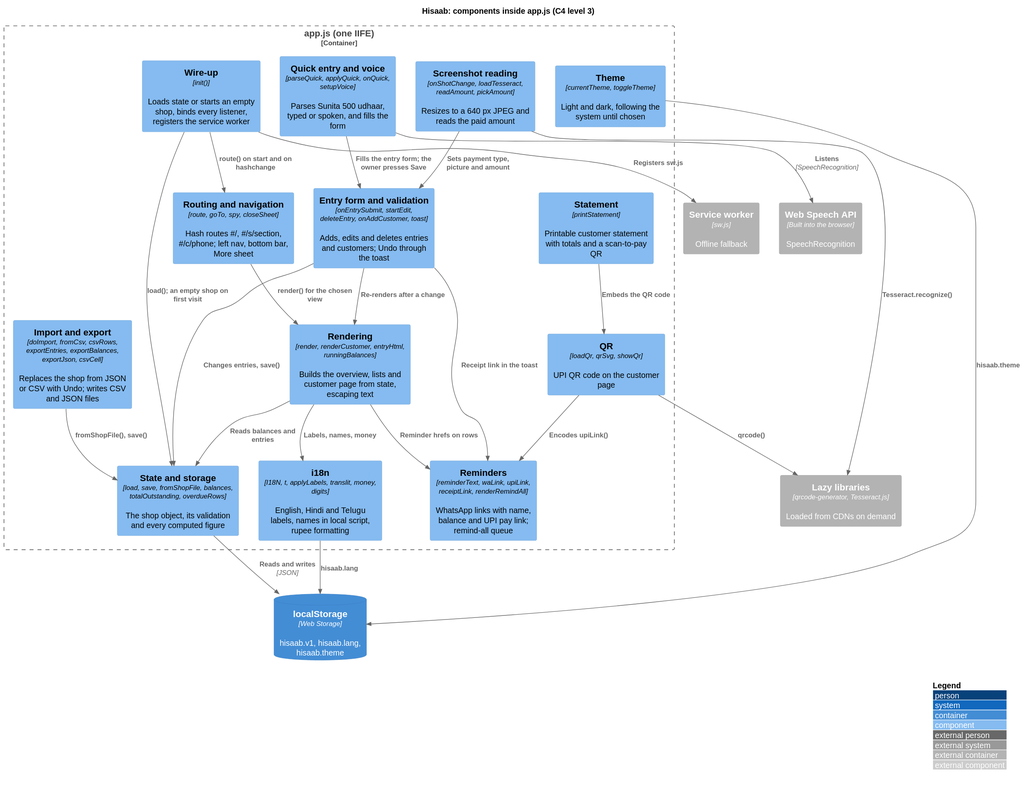
Earlier version of the PlantUML export docs/diagrams/c4-component.svg (karwasanjay007/hisaab-docs).
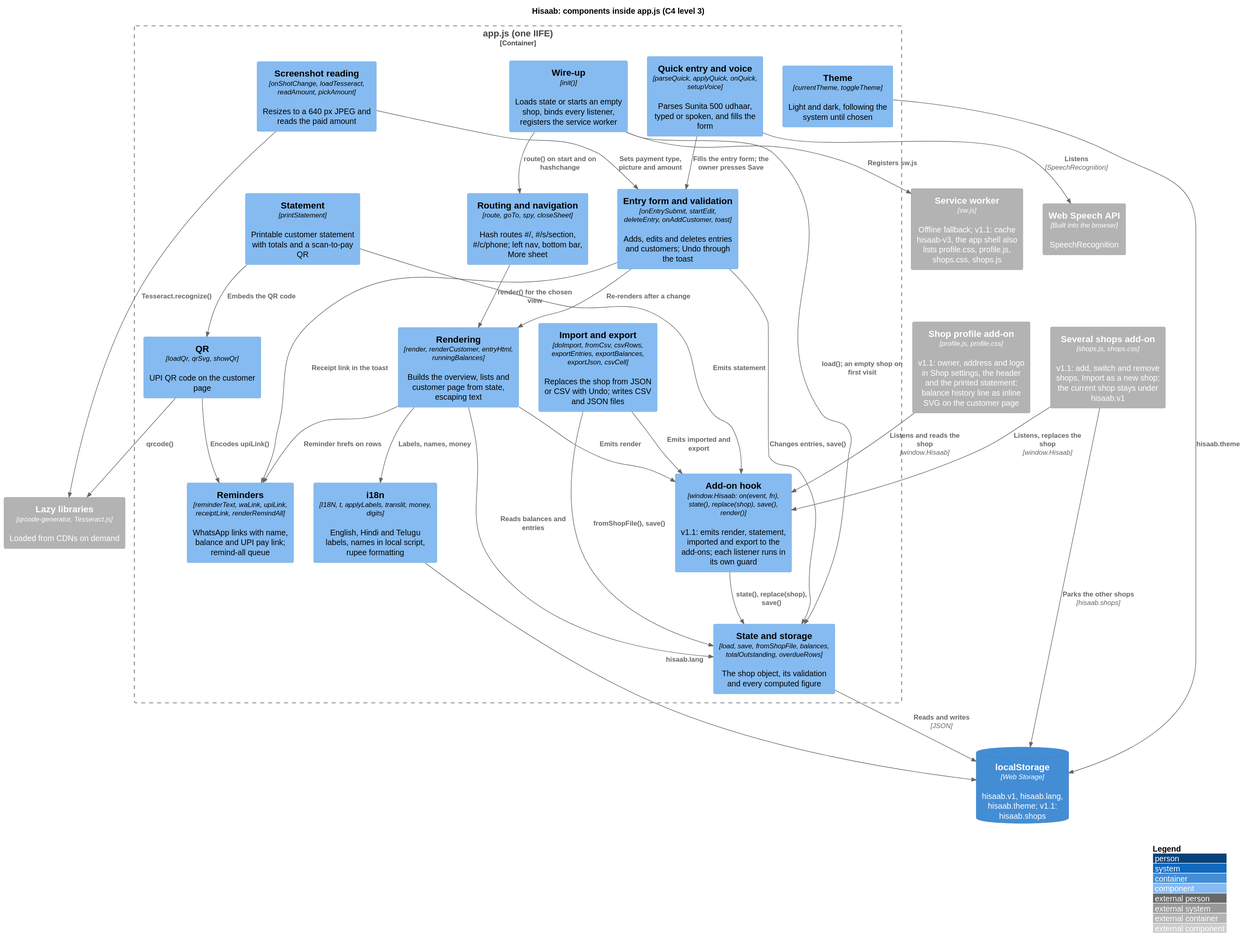
The same file after the commit.

Commit message:
Diagrams for version 1.1.0.0: container, component and deployment show the add-ons, the hook and the second storage key

What changed in the source:
```diff
@@ -2,10 +2,12 @@
 !include <C4/C4_Component>
 title Hisaab: components inside app.js (C4 level 3)
 
-ContainerDb(ls, "localStorage", "Web Storage", "hisaab.v1, hisaab.lang, hisaab.theme")
+ContainerDb(ls, "localStorage", "Web Storage", "hisaab.v1, hisaab.lang, hisaab.theme; v1.1: hisaab.shops")
 Container_Ext(cdnlibs, "Lazy libraries", "qrcode-generator, Tesseract.js", "Loaded from CDNs on demand")
 Container_Ext(speechapi, "Web Speech API", "Built into the browser", "SpeechRecognition")
-Container_Ext(swc, "Service worker", "sw.js", "Offline fallback")
+Container_Ext(swc, "Service worker", "sw.js", "Offline fallback; v1.1: cache hisaab-v3, the app shell also lists profile.css, profile.js, shops.css, shops.js")
+Container_Ext(profile, "Shop profile add-on", "profile.js, profile.css", "v1.1: owner, address and logo in Shop settings, the header and the printed statement; balance history line as inline SVG on the customer page")
+Container_Ext(shops, "Several shops add-on", "shops.js, shops.css", "v1.1: add, switch and remove shops, Import as a new shop; the current shop stays under hisaab.v1")
 
 Container_Boundary(app, "app.js (one IIFE)") {
   Component(init, "Wire-up", "init()", "Loads state or starts an empty shop, binds every listener, registers the service worker")
@@ -21,6 +23,7 @@
   Component(io, "Import and export", "doImport, fromCsv, csvRows, exportEntries, exportBalances, exportJson, csvCell", "Replaces the shop from JSON or CSV with Undo; writes CSV and JSON files")
   Component(shot, "Screenshot reading", "onShotChange, loadTesseract, readAmount, pickAmount", "Resizes to a 640 px JPEG and reads the paid amount")
   Component(theme, "Theme", "currentTheme, toggleTheme", "Light and dark, following the system until chosen")
+  Component(hook, "Add-on hook", "window.Hisaab: on(event, fn), state(), replace(shop), save(), render()", "v1.1: emits render, statement, imported and export to the add-ons; each listener runs in its own guard")
 }
 
 Rel(init, store, "load(); an empty shop on first visit")
@@ -44,6 +47,13 @@
 Rel(stmt, qr, "Embeds the QR code")
 Rel(theme, ls, "hisaab.theme")
 Rel(i18n, ls, "hisaab.lang")
+Rel(render, hook, "Emits render")
+Rel(stmt, hook, "Emits statement")
+Rel(io, hook, "Emits imported and export")
+Rel(hook, store, "state(), replace(shop), save()")
+Rel(profile, hook, "Listens and reads the shop", "window.Hisaab")
+Rel(shops, hook, "Listens, replaces the shop", "window.Hisaab")
+Rel(shops, ls, "Parks the other shops", "hisaab.shops")
 
 LAYOUT_WITH_LEGEND()
 @enduml
```
